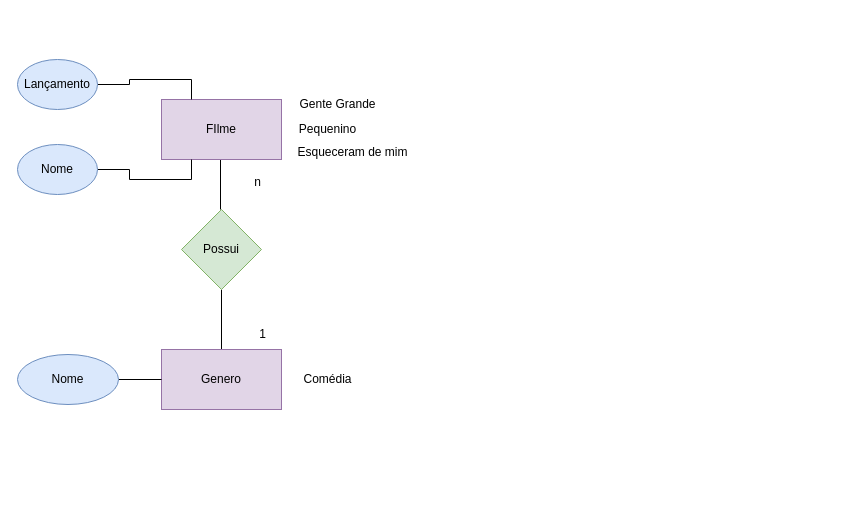
This is sprint1-exercicios/1.0-filmes.drawio from Duduuz7/senai-2-semestre, a draw.io file, before an edit. Source tidied: cells renumbered, new cells numbered last; positions are measured from the earlier drawing's top-left corner, leaving out a move shared by most shapes. Both pictures are drawn from the tidied source at 100%, with x=0, y=0 at pixel (17, 59).
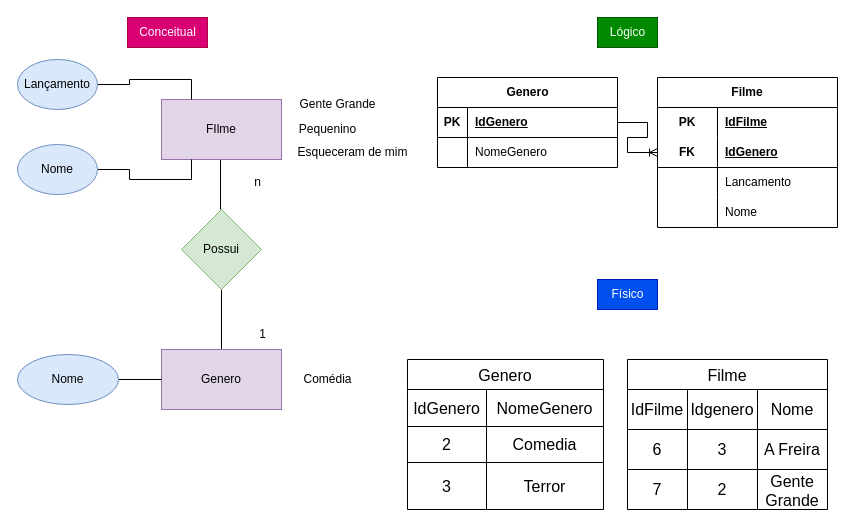
The same diagram, later.

Change to the diagram source:
```diff
@@
+    <mxCell id="19" value="Conceitual" style="text;html=1;align=center;verticalAlign=middle;strokeColor=#A50040;fillColor=#d80073;fontColor=#ffffff;" parent="1" vertex="1">
+      <mxGeometry x="110" y="-42" width="80" height="30" as="geometry" />
+    </mxCell>
+    <mxCell id="20" value="Lógico" style="text;html=1;align=center;verticalAlign=middle;strokeColor=#005700;fillColor=#008a00;fontColor=#ffffff;" parent="1" vertex="1">
+      <mxGeometry x="580" y="-42" width="60" height="30" as="geometry" />
+    </mxCell>
+    <mxCell id="21" value="Genero" style="shape=table;startSize=30;childLayout=tableLayout;rowLines=0;fontStyle=1;align=center;html=1;" parent="1" vertex="1">
+      <mxGeometry x="420" y="18" width="180" height="90" as="geometry" />
+    </mxCell>
+    <mxCell id="22" style="shape=tableRow;horizontal=0;startSize=0;swimlaneHead=0;swimlaneBody=0;fillColor=none;points=[[0,0.5],[1,0.5]];portConstraint=eastwest;top=0;left=0;right=0;bottom=1;" parent="21" vertex="1">
+      <mxGeometry y="30" width="180" height="30" as="geometry" />
+    </mxCell>
+    <mxCell id="23" value="PK" style="shape=partialRectangle;fillColor=none;top=0;left=0;bottom=0;right=0;fontStyle=1;overflow=hidden;whiteSpace=wrap;html=1;" parent="22" vertex="1">
+      <mxGeometry width="30" height="30" as="geometry" />
+    </mxCell>
+    <mxCell id="24" value="IdGenero" style="shape=partialRectangle;fillColor=none;top=0;left=0;bottom=0;right=0;align=left;spacingLeft=6;fontStyle=5;overflow=hidden;whiteSpace=wrap;html=1;" parent="22" vertex="1">
+      <mxGeometry x="30" width="150" height="30" as="geometry" />
+    </mxCell>
+    <mxCell id="25" style="shape=tableRow;horizontal=0;startSize=0;swimlaneHead=0;swimlaneBody=0;fillColor=none;top=0;left=0;right=0;bottom=0;" parent="21" vertex="1">
+      <mxGeometry y="60" width="180" height="30" as="geometry" />
+    </mxCell>
+    <mxCell id="26" style="shape=partialRectangle;fillColor=none;top=0;left=0;bottom=0;right=0;overflow=hidden;whiteSpace=wrap;html=1;" parent="25" vertex="1">
+      <mxGeometry width="30" height="30" as="geometry" />
+    </mxCell>
+    <mxCell id="27" value="NomeGenero" style="shape=partialRectangle;fillColor=none;top=0;left=0;bottom=0;right=0;align=left;spacingLeft=6;overflow=hidden;whiteSpace=wrap;html=1;" parent="25" vertex="1">
+      <mxGeometry x="30" width="150" height="30" as="geometry" />
+    </mxCell>
+    <mxCell id="28" value="Filme" style="shape=table;startSize=30;childLayout=tableLayout;rowLines=0;fontStyle=1;align=center;html=1;whiteSpace=wrap;" parent="1" vertex="1">
+      <mxGeometry x="640" y="18" width="180" height="150" as="geometry" />
+    </mxCell>
+    <mxCell id="29" style="shape=tableRow;horizontal=0;startSize=0;swimlaneHead=0;swimlaneBody=0;fillColor=none;top=0;left=0;right=0;bottom=0;html=1;" parent="28" vertex="1">
+      <mxGeometry y="30" width="180" height="30" as="geometry" />
+    </mxCell>
+    <mxCell id="30" value="PK" style="shape=partialRectangle;fillColor=none;top=0;left=0;bottom=0;right=0;fontStyle=1;overflow=hidden;html=1;whiteSpace=wrap;" parent="29" vertex="1">
+      <mxGeometry width="60" height="30" as="geometry" />
+    </mxCell>
+    <mxCell id="31" value="IdFilme" style="shape=partialRectangle;fillColor=none;top=0;left=0;bottom=0;right=0;align=left;spacingLeft=6;fontStyle=5;overflow=hidden;html=1;whiteSpace=wrap;" parent="29" vertex="1">
+      <mxGeometry x="60" width="120" height="30" as="geometry" />
+    </mxCell>
+    <mxCell id="32" style="shape=tableRow;horizontal=0;startSize=0;swimlaneHead=0;swimlaneBody=0;fillColor=none;points=[[0,0.5],[1,0.5]];portConstraint=eastwest;top=0;left=0;right=0;bottom=1;html=1;" parent="28" vertex="1">
+      <mxGeometry y="60" width="180" height="30" as="geometry" />
+    </mxCell>
+    <mxCell id="33" value="FK" style="shape=partialRectangle;fillColor=none;top=0;left=0;bottom=0;right=0;fontStyle=1;overflow=hidden;html=1;whiteSpace=wrap;" parent="32" vertex="1">
+      <mxGeometry width="60" height="30" as="geometry" />
+    </mxCell>
+    <mxCell id="34" value="IdGenero" style="shape=partialRectangle;fillColor=none;top=0;left=0;bottom=0;right=0;align=left;spacingLeft=6;fontStyle=5;overflow=hidden;html=1;whiteSpace=wrap;" parent="32" vertex="1">
+      <mxGeometry x="60" width="120" height="30" as="geometry" />
+    </mxCell>
+    <mxCell id="35" style="shape=tableRow;horizontal=0;startSize=0;swimlaneHead=0;swimlaneBody=0;fillColor=none;top=0;left=0;right=0;bottom=0;html=1;" parent="28" vertex="1">
+      <mxGeometry y="90" width="180" height="30" as="geometry" />
+    </mxCell>
+    <mxCell id="36" style="shape=partialRectangle;fillColor=none;top=0;left=0;bottom=0;right=0;overflow=hidden;html=1;whiteSpace=wrap;" parent="35" vertex="1">
+      <mxGeometry width="60" height="30" as="geometry" />
+    </mxCell>
+    <mxCell id="37" value="Lancamento" style="shape=partialRectangle;fillColor=none;top=0;left=0;bottom=0;right=0;align=left;spacingLeft=6;overflow=hidden;html=1;whiteSpace=wrap;" parent="35" vertex="1">
+      <mxGeometry x="60" width="120" height="30" as="geometry" />
+    </mxCell>
+    <mxCell id="38" style="shape=tableRow;horizontal=0;startSize=0;swimlaneHead=0;swimlaneBody=0;fillColor=none;top=0;left=0;right=0;bottom=0;html=1;" parent="28" vertex="1">
+      <mxGeometry y="120" width="180" height="30" as="geometry" />
+    </mxCell>
+    <mxCell id="39" style="shape=partialRectangle;fillColor=none;top=0;left=0;bottom=0;right=0;overflow=hidden;html=1;whiteSpace=wrap;" parent="38" vertex="1">
+      <mxGeometry width="60" height="30" as="geometry" />
+    </mxCell>
+    <mxCell id="40" value="Nome" style="shape=partialRectangle;fillColor=none;top=0;left=0;bottom=0;right=0;align=left;spacingLeft=6;overflow=hidden;html=1;whiteSpace=wrap;" parent="38" vertex="1">
+      <mxGeometry x="60" width="120" height="30" as="geometry" />
+    </mxCell>
+    <mxCell id="41" style="edgeStyle=entityRelationEdgeStyle;fontSize=12;html=1;endArrow=ERoneToMany;rounded=0;entryX=0;entryY=0.5;entryDx=0;entryDy=0;exitX=1;exitY=0.5;exitDx=0;exitDy=0;" parent="1" edge="1" source="22" target="32">
+      <mxGeometry relative="1" as="geometry" />
+    </mxCell>
+    <mxCell id="42" value="Físico" style="text;html=1;align=center;verticalAlign=middle;strokeColor=#001DBC;fillColor=#0050ef;fontColor=#ffffff;" parent="1" vertex="1">
+      <mxGeometry x="580" y="220" width="60" height="30" as="geometry" />
+    </mxCell>
+    <mxCell id="43" value="Genero" style="shape=table;startSize=30;childLayout=tableLayout;strokeColor=default;fontSize=16;" parent="1" vertex="1">
+      <mxGeometry x="390" y="300" width="196" height="150" as="geometry" />
+    </mxCell>
+    <mxCell id="44" style="shape=tableRow;horizontal=0;startSize=0;swimlaneHead=0;swimlaneBody=0;strokeColor=inherit;top=0;left=0;bottom=0;right=0;fillColor=none;fontSize=16;" parent="43" vertex="1">
+      <mxGeometry y="30" width="196" height="37" as="geometry" />
+    </mxCell>
+    <mxCell id="45" value="IdGenero" style="shape=partialRectangle;html=1;whiteSpace=wrap;strokeColor=inherit;overflow=hidden;fillColor=none;top=0;left=0;bottom=0;right=0;fontSize=16;" parent="44" vertex="1">
+      <mxGeometry width="79" height="37" as="geometry" />
+    </mxCell>
+    <mxCell id="46" value="NomeGenero" style="shape=partialRectangle;html=1;whiteSpace=wrap;strokeColor=inherit;overflow=hidden;fillColor=none;top=0;left=0;bottom=0;right=0;fontSize=16;" parent="44" vertex="1">
+      <mxGeometry x="79" width="117" height="37" as="geometry" />
+    </mxCell>
+    <mxCell id="47" style="shape=tableRow;horizontal=0;startSize=0;swimlaneHead=0;swimlaneBody=0;strokeColor=inherit;top=0;left=0;bottom=0;right=0;fillColor=none;fontSize=16;" parent="43" vertex="1">
+      <mxGeometry y="67" width="196" height="36" as="geometry" />
+    </mxCell>
+    <mxCell id="48" value="2" style="shape=partialRectangle;html=1;whiteSpace=wrap;strokeColor=inherit;overflow=hidden;fillColor=none;top=0;left=0;bottom=0;right=0;fontSize=16;" parent="47" vertex="1">
+      <mxGeometry width="79" height="36" as="geometry" />
+    </mxCell>
+    <mxCell id="49" value="Comedia" style="shape=partialRectangle;html=1;whiteSpace=wrap;strokeColor=inherit;overflow=hidden;fillColor=none;top=0;left=0;bottom=0;right=0;fontSize=16;" parent="47" vertex="1">
+      <mxGeometry x="79" width="117" height="36" as="geometry" />
+    </mxCell>
+    <mxCell id="50" style="shape=tableRow;horizontal=0;startSize=0;swimlaneHead=0;swimlaneBody=0;strokeColor=inherit;top=0;left=0;bottom=0;right=0;fillColor=none;fontSize=16;" parent="43" vertex="1">
+      <mxGeometry y="103" width="196" height="47" as="geometry" />
+    </mxCell>
+    <mxCell id="51" value="3" style="shape=partialRectangle;html=1;whiteSpace=wrap;strokeColor=inherit;overflow=hidden;fillColor=none;top=0;left=0;bottom=0;right=0;fontSize=16;" parent="50" vertex="1">
+      <mxGeometry width="79" height="47" as="geometry" />
+    </mxCell>
+    <mxCell id="52" value="Terror" style="shape=partialRectangle;html=1;whiteSpace=wrap;strokeColor=inherit;overflow=hidden;fillColor=none;top=0;left=0;bottom=0;right=0;fontSize=16;" parent="50" vertex="1">
+      <mxGeometry x="79" width="117" height="47" as="geometry" />
+    </mxCell>
+    <mxCell id="53" value="Filme" style="shape=table;startSize=30;childLayout=tableLayout;strokeColor=default;fontSize=16;" parent="1" vertex="1">
+      <mxGeometry x="610" y="300" width="200" height="150" as="geometry" />
+    </mxCell>
+    <mxCell id="54" style="shape=tableRow;horizontal=0;startSize=0;swimlaneHead=0;swimlaneBody=0;strokeColor=inherit;top=0;left=0;bottom=0;right=0;fillColor=none;fontSize=16;" parent="53" vertex="1">
+      <mxGeometry y="30" width="200" height="40" as="geometry" />
+    </mxCell>
+    <mxCell id="55" value="IdFilme" style="shape=partialRectangle;html=1;whiteSpace=wrap;strokeColor=inherit;overflow=hidden;fillColor=none;top=0;left=0;bottom=0;right=0;fontSize=16;" parent="54" vertex="1">
+      <mxGeometry width="60" height="40" as="geometry" />
+    </mxCell>
+    <mxCell id="56" value="Idgenero" style="shape=partialRectangle;html=1;whiteSpace=wrap;strokeColor=inherit;overflow=hidden;fillColor=none;top=0;left=0;bottom=0;right=0;fontSize=16;" parent="54" vertex="1">
+      <mxGeometry x="60" width="70" height="40" as="geometry" />
+    </mxCell>
+    <mxCell id="57" value="Nome" style="shape=partialRectangle;html=1;whiteSpace=wrap;strokeColor=inherit;overflow=hidden;fillColor=none;top=0;left=0;bottom=0;right=0;fontSize=16;" parent="54" vertex="1">
+      <mxGeometry x="130" width="70" height="40" as="geometry" />
+    </mxCell>
+    <mxCell id="58" style="shape=tableRow;horizontal=0;startSize=0;swimlaneHead=0;swimlaneBody=0;strokeColor=inherit;top=0;left=0;bottom=0;right=0;fillColor=none;fontSize=16;" parent="53" vertex="1">
+      <mxGeometry y="70" width="200" height="40" as="geometry" />
+    </mxCell>
+    <mxCell id="59" value="6" style="shape=partialRectangle;html=1;whiteSpace=wrap;strokeColor=inherit;overflow=hidden;fillColor=none;top=0;left=0;bottom=0;right=0;fontSize=16;" parent="58" vertex="1">
+      <mxGeometry width="60" height="40" as="geometry" />
+    </mxCell>
+    <mxCell id="60" value="3" style="shape=partialRectangle;html=1;whiteSpace=wrap;strokeColor=inherit;overflow=hidden;fillColor=none;top=0;left=0;bottom=0;right=0;fontSize=16;" parent="58" vertex="1">
+      <mxGeometry x="60" width="70" height="40" as="geometry" />
+    </mxCell>
+    <mxCell id="61" value="A Freira" style="shape=partialRectangle;html=1;whiteSpace=wrap;strokeColor=inherit;overflow=hidden;fillColor=none;top=0;left=0;bottom=0;right=0;fontSize=16;" parent="58" vertex="1">
+      <mxGeometry x="130" width="70" height="40" as="geometry" />
+    </mxCell>
+    <mxCell id="62" style="shape=tableRow;horizontal=0;startSize=0;swimlaneHead=0;swimlaneBody=0;strokeColor=inherit;top=0;left=0;bottom=0;right=0;fillColor=none;fontSize=16;" parent="53" vertex="1">
+      <mxGeometry y="110" width="200" height="40" as="geometry" />
+    </mxCell>
+    <mxCell id="63" value="7" style="shape=partialRectangle;html=1;whiteSpace=wrap;strokeColor=inherit;overflow=hidden;fillColor=none;top=0;left=0;bottom=0;right=0;fontSize=16;" parent="62" vertex="1">
+      <mxGeometry width="60" height="40" as="geometry" />
+    </mxCell>
+    <mxCell id="64" value="2" style="shape=partialRectangle;html=1;whiteSpace=wrap;strokeColor=inherit;overflow=hidden;fillColor=none;top=0;left=0;bottom=0;right=0;fontSize=16;" parent="62" vertex="1">
+      <mxGeometry x="60" width="70" height="40" as="geometry" />
+    </mxCell>
+    <mxCell id="65" value="Gente Grande" style="shape=partialRectangle;html=1;whiteSpace=wrap;strokeColor=inherit;overflow=hidden;fillColor=none;top=0;left=0;bottom=0;right=0;fontSize=16;" parent="62" vertex="1">
+      <mxGeometry x="130" width="70" height="40" as="geometry" />
+    </mxCell>
```
